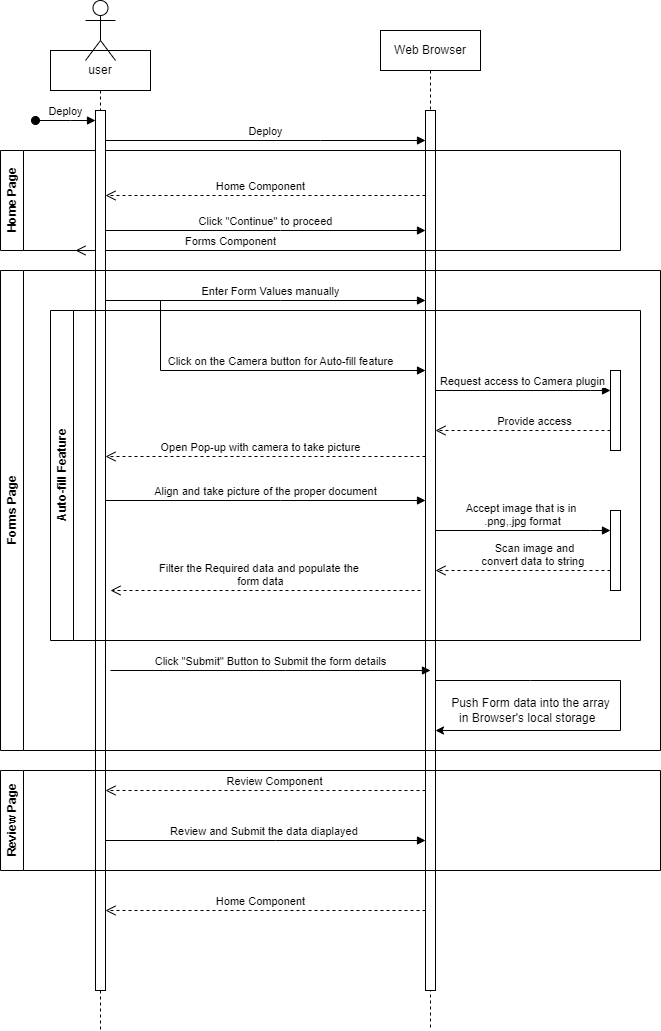
The draw.io diagram src/assets/img/Sequence-Diagram.png in charith-B/AutofillForm, before a commit. Source tidied: cells renumbered, new cells last; positions are measured from the earlier drawing's top-left corner, leaving out a move shared by most shapes.
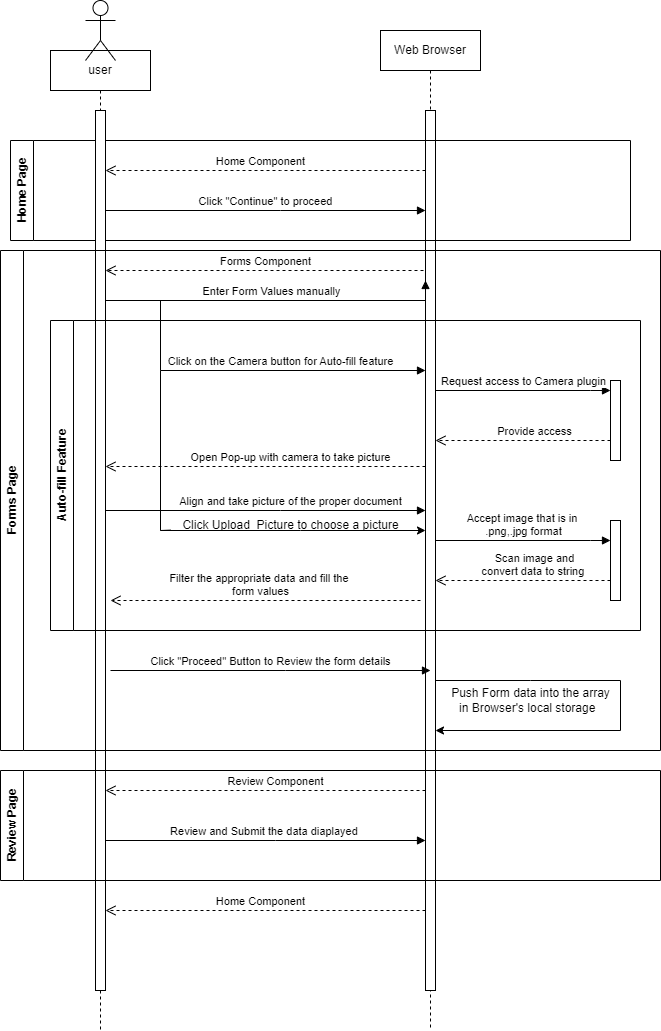
After the commit.

Diff of the diagram source:
```diff
@@ -17,56 +17,31 @@
         </Array>
       </mxGeometry>
     </mxCell>
-    <mxCell id="5" value="Deploy" style="html=1;verticalAlign=bottom;endArrow=block;edgeStyle=elbowEdgeStyle;elbow=vertical;curved=0;rounded=0;" parent="1" edge="1" source="10" target="3">
-      <mxGeometry relative="1" as="geometry">
-        <Array as="points">
-          <mxPoint x="320" y="140" />
-          <mxPoint x="120" y="110" />
-        </Array>
-      </mxGeometry>
-    </mxCell>
     <mxCell id="6" value="Home Component" style="html=1;verticalAlign=bottom;endArrow=open;dashed=1;endSize=8;edgeStyle=elbowEdgeStyle;elbow=vertical;curved=0;rounded=0;" parent="1" edge="1" source="3" target="10">
       <mxGeometry x="0.03" relative="1" as="geometry">
         <Array as="points">
+          <mxPoint x="280" y="170" />
           <mxPoint x="260" y="195" />
           <mxPoint x="120" y="220" />
         </Array>
       </mxGeometry>
     </mxCell>
     <mxCell id="7" value="Home Page" style="swimlane;horizontal=0;whiteSpace=wrap;html=1;" parent="1" vertex="1">
-      <mxGeometry y="150" width="620" height="100" as="geometry" />
+      <mxGeometry x="10" y="140" width="620" height="100" as="geometry" />
     </mxCell>
-    <mxCell id="8" value="Forms Component" style="html=1;verticalAlign=bottom;endArrow=open;dashed=1;endSize=8;edgeStyle=elbowEdgeStyle;elbow=vertical;curved=0;rounded=0;" parent="7" edge="1">
-      <mxGeometry x="0.03" relative="1" as="geometry">
-        <mxPoint x="395" y="100" as="sourcePoint" />
-        <mxPoint x="75" y="100" as="targetPoint" />
-        <Array as="points">
-          <mxPoint x="230" y="100" />
-          <mxPoint x="90" y="125" />
-        </Array>
-      </mxGeometry>
-    </mxCell>
     <mxCell id="9" value="user" style="shape=umlLifeline;perimeter=lifelinePerimeter;whiteSpace=wrap;html=1;newEdgeStyle={&quot;edgeStyle&quot;:&quot;elbowEdgeStyle&quot;,&quot;elbow&quot;:&quot;vertical&quot;,&quot;curved&quot;:0,&quot;rounded&quot;:0};" parent="1" vertex="1">
       <mxGeometry x="50" y="50" width="100" height="980" as="geometry" />
     </mxCell>
     <mxCell id="10" style="html=1;points=[];perimeter=orthogonalPerimeter;outlineConnect=0;targetShapes=umlLifeline;portConstraint=eastwest;newEdgeStyle={&quot;edgeStyle&quot;:&quot;elbowEdgeStyle&quot;,&quot;elbow&quot;:&quot;vertical&quot;,&quot;curved&quot;:0,&quot;rounded&quot;:0};" parent="9" vertex="1">
       <mxGeometry x="45" y="60" width="10" height="880" as="geometry" />
     </mxCell>
-    <mxCell id="11" value="Deploy" style="html=1;verticalAlign=bottom;startArrow=oval;endArrow=block;startSize=8;edgeStyle=elbowEdgeStyle;elbow=vertical;curved=0;rounded=0;" parent="9" edge="1" target="10">
-      <mxGeometry relative="1" as="geometry">
-        <mxPoint x="-15" y="70" as="sourcePoint" />
-        <Array as="points">
-          <mxPoint x="20" y="70" />
-        </Array>
-      </mxGeometry>
-    </mxCell>
     <mxCell id="12" style="shape=umlActor;verticalLabelPosition=bottom;verticalAlign=top;html=1;" parent="1" vertex="1">
       <mxGeometry x="85" width="30" height="60" as="geometry" />
     </mxCell>
     <mxCell id="13" value="Click &quot;Continue&quot; to proceed" style="html=1;verticalAlign=bottom;endArrow=block;edgeStyle=elbowEdgeStyle;elbow=vertical;curved=0;rounded=0;" parent="1" edge="1" source="10" target="3">
       <mxGeometry relative="1" as="geometry">
         <Array as="points">
-          <mxPoint x="280" y="230" />
+          <mxPoint x="280" y="210" />
           <mxPoint x="200" y="260" />
           <mxPoint x="290" y="250" />
           <mxPoint x="130" y="249.7" />
@@ -74,37 +49,25 @@
       </mxGeometry>
     </mxCell>
     <mxCell id="14" value="Forms Page" style="swimlane;horizontal=0;whiteSpace=wrap;html=1;" parent="1" vertex="1">
-      <mxGeometry y="270" width="660" height="480" as="geometry" />
+      <mxGeometry y="250" width="660" height="500" as="geometry" />
     </mxCell>
     <mxCell id="15" value="Enter Form Values manually" style="html=1;verticalAlign=bottom;endArrow=block;edgeStyle=elbowEdgeStyle;elbow=vertical;curved=0;rounded=0;" parent="14" edge="1">
       <mxGeometry x="0.03" relative="1" as="geometry">
         <mxPoint x="105" y="30" as="sourcePoint" />
         <mxPoint x="425" y="30" as="targetPoint" />
         <Array as="points">
-          <mxPoint x="280" y="30" />
+          <mxPoint x="280" y="50" />
           <mxPoint x="200" y="60" />
           <mxPoint x="290" y="50" />
           <mxPoint x="130" y="49.7" />
         </Array>
       </mxGeometry>
     </mxCell>
-    <mxCell id="16" value="Click on the Camera button for Auto-fill feature" style="html=1;verticalAlign=bottom;endArrow=block;edgeStyle=elbowEdgeStyle;elbow=vertical;curved=0;rounded=0;" parent="14" edge="1">
-      <mxGeometry x="0.13" relative="1" as="geometry">
-        <mxPoint x="160" y="30" as="sourcePoint" />
-        <mxPoint x="425" y="100" as="targetPoint" />
-        <Array as="points">
-          <mxPoint x="280" y="100" />
-          <mxPoint x="200" y="130" />
-          <mxPoint x="290" y="120" />
-          <mxPoint x="130" y="119.7" />
-        </Array>
-      </mxGeometry>
-    </mxCell>
     <mxCell id="17" value="Auto-fill Feature" style="swimlane;horizontal=0;whiteSpace=wrap;html=1;" parent="14" vertex="1">
-      <mxGeometry x="50" y="40" width="590" height="330" as="geometry" />
+      <mxGeometry x="50" y="70" width="590" height="310" as="geometry" />
     </mxCell>
     <mxCell id="18" value="Open Pop-up with camera to take picture" style="html=1;verticalAlign=bottom;endArrow=open;dashed=1;endSize=8;edgeStyle=elbowEdgeStyle;elbow=vertical;curved=0;rounded=0;" parent="17" edge="1">
-      <mxGeometry x="0.03" relative="1" as="geometry">
+      <mxGeometry x="-0.16" relative="1" as="geometry">
         <mxPoint x="375" y="146" as="sourcePoint" />
         <mxPoint x="55" y="146" as="targetPoint" />
         <Array as="points">
@@ -114,7 +77,7 @@
       </mxGeometry>
     </mxCell>
     <mxCell id="19" value="Align and take picture of the proper document" style="html=1;verticalAlign=bottom;endArrow=block;edgeStyle=elbowEdgeStyle;elbow=vertical;curved=0;rounded=0;" parent="17" edge="1">
-      <mxGeometry relative="1" as="geometry">
+      <mxGeometry x="0.16" relative="1" as="geometry">
         <mxPoint x="55" y="190" as="sourcePoint" />
         <mxPoint x="375" y="190" as="targetPoint" />
         <Array as="points">
@@ -168,7 +131,7 @@
         </Array>
       </mxGeometry>
     </mxCell>
-    <mxCell id="25" value="Filter the Required data and populate the&amp;nbsp;&lt;br&gt;form data" style="html=1;verticalAlign=bottom;endArrow=open;dashed=1;endSize=8;edgeStyle=elbowEdgeStyle;elbow=vertical;curved=0;rounded=0;" parent="17" edge="1">
+    <mxCell id="25" value="Filter the appropriate data and fill the&amp;nbsp;&lt;br&gt;form values" style="html=1;verticalAlign=bottom;endArrow=open;dashed=1;endSize=8;edgeStyle=elbowEdgeStyle;elbow=vertical;curved=0;rounded=0;" parent="17" edge="1">
       <mxGeometry x="0.03" relative="1" as="geometry">
         <mxPoint x="370" y="280" as="sourcePoint" />
         <mxPoint x="60" y="280" as="targetPoint" />
@@ -178,21 +141,43 @@
         </Array>
       </mxGeometry>
     </mxCell>
+    <mxCell id="16" value="Click on the Camera button for Auto-fill feature" style="html=1;verticalAlign=bottom;endArrow=block;edgeStyle=elbowEdgeStyle;elbow=vertical;curved=0;rounded=0;" parent="17" edge="1">
+      <mxGeometry x="0.13" relative="1" as="geometry">
+        <mxPoint x="110" y="-20" as="sourcePoint" />
+        <mxPoint x="375" y="50" as="targetPoint" />
+        <Array as="points">
+          <mxPoint x="230" y="50" />
+          <mxPoint x="150" y="80" />
+          <mxPoint x="240" y="70" />
+          <mxPoint x="80" y="69.7" />
+        </Array>
+      </mxGeometry>
+    </mxCell>
+    <mxCell id="27" value="Push Form data into the array&lt;br&gt;&amp;nbsp;in Browser's local storage&amp;nbsp; &amp;nbsp;" style="text;html=1;align=center;verticalAlign=middle;strokeColor=none;fillColor=none;" parent="14" vertex="1">
+      <mxGeometry x="440" y="430" width="180" height="40" as="geometry" />
+    </mxCell>
+    <mxCell id="8" value="Forms Component" style="html=1;verticalAlign=bottom;endArrow=open;dashed=1;endSize=8;edgeStyle=elbowEdgeStyle;elbow=vertical;curved=0;rounded=0;" parent="14" edge="1">
+      <mxGeometry x="0.03" relative="1" as="geometry">
+        <mxPoint x="425" y="10" as="sourcePoint" />
+        <mxPoint x="105" y="20" as="targetPoint" />
+        <Array as="points">
+          <mxPoint x="260" y="20" />
+          <mxPoint x="120" y="35" />
+        </Array>
+      </mxGeometry>
+    </mxCell>
-    <mxCell id="26" value="Click &quot;Submit&quot; Button to Submit the form details" style="html=1;verticalAlign=bottom;endArrow=block;edgeStyle=elbowEdgeStyle;elbow=vertical;curved=0;rounded=0;" parent="14" edge="1">
+    <mxCell id="26" value="Click &quot;Proceed&quot; Button to Review the form details" style="html=1;verticalAlign=bottom;endArrow=block;edgeStyle=elbowEdgeStyle;elbow=vertical;curved=0;rounded=0;" parent="14" edge="1">
       <mxGeometry relative="1" as="geometry">
-        <mxPoint x="110" y="400" as="sourcePoint" />
-        <mxPoint x="430" y="400" as="targetPoint" />
+        <mxPoint x="110" y="420" as="sourcePoint" />
+        <mxPoint x="430" y="420" as="targetPoint" />
         <Array as="points">
-          <mxPoint x="285" y="400" />
-          <mxPoint x="205" y="430" />
-          <mxPoint x="295" y="420" />
-          <mxPoint x="135" y="419.7" />
+          <mxPoint x="285" y="420" />
+          <mxPoint x="205" y="450" />
+          <mxPoint x="295" y="440" />
+          <mxPoint x="135" y="439.7" />
         </Array>
       </mxGeometry>
     </mxCell>
-    <mxCell id="27" value="Push Form data into the array&lt;br&gt;&amp;nbsp;in Browser's local storage&amp;nbsp; &amp;nbsp;" style="text;html=1;align=center;verticalAlign=middle;strokeColor=none;fillColor=none;" parent="14" vertex="1">
-      <mxGeometry x="440" y="420" width="180" height="40" as="geometry" />
-    </mxCell>
     <mxCell id="28" value="Request access to Camera plugin" style="html=1;verticalAlign=bottom;endArrow=block;edgeStyle=elbowEdgeStyle;elbow=vertical;curved=0;rounded=0;" parent="1" edge="1" source="3" target="20">
       <mxGeometry relative="1" as="geometry">
         <Array as="points">
@@ -235,7 +220,24 @@
       </mxGeometry>
     </mxCell>
     <mxCell id="32" value="Review Page" style="swimlane;horizontal=0;whiteSpace=wrap;html=1;" parent="1" vertex="1">
-      <mxGeometry y="770" width="660" height="100" as="geometry" />
+      <mxGeometry y="770" width="660" height="110" as="geometry" />
     </mxCell>
+    <mxCell id="33" style="endArrow=classic;html=1;rounded=0;startArrow=none;" parent="1" edge="1" source="35" target="3">
+      <mxGeometry relative="1" as="geometry">
+        <Array as="points">
+          <mxPoint x="160" y="530" />
+          <mxPoint x="300" y="530" />
+        </Array>
+      </mxGeometry>
+    </mxCell>
+    <mxCell id="34" style="endArrow=none;html=1;rounded=0;" parent="1" edge="1">
+      <mxGeometry relative="1" as="geometry">
+        <mxPoint x="160" y="370" as="sourcePoint" />
+        <mxPoint x="160" y="530" as="targetPoint" />
+      </mxGeometry>
+    </mxCell>
+    <mxCell id="35" value="Click Upload&amp;nbsp; Picture to choose a picture" style="text;html=1;align=center;verticalAlign=middle;points=[];strokeColor=none;fillColor=none;" parent="1" vertex="1">
+      <mxGeometry x="170" y="510" width="240" height="30" as="geometry" />
+    </mxCell>
   </root>
 </mxGraphModel>
```
